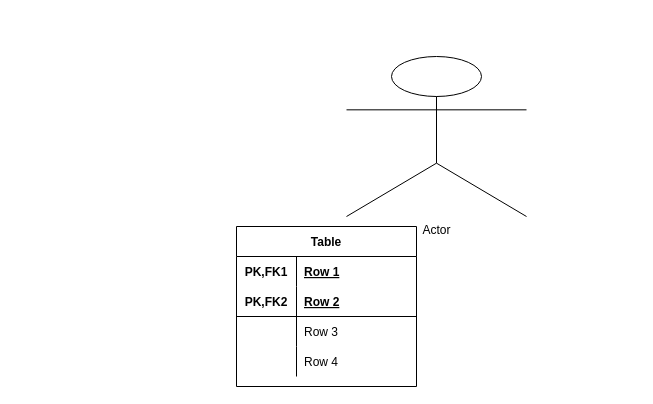
The draw.io diagram Untitled Diagram.drawio in University-Hub/Entity-Relationship-Model, before the edit. Source tidied: cells renumbered, new cells numbered last; positions are measured from the earlier drawing's top-left corner, leaving out a move shared by most shapes. Both pictures are drawn from the tidied source at 100%, with x=0, y=0 at pixel (236, 56).
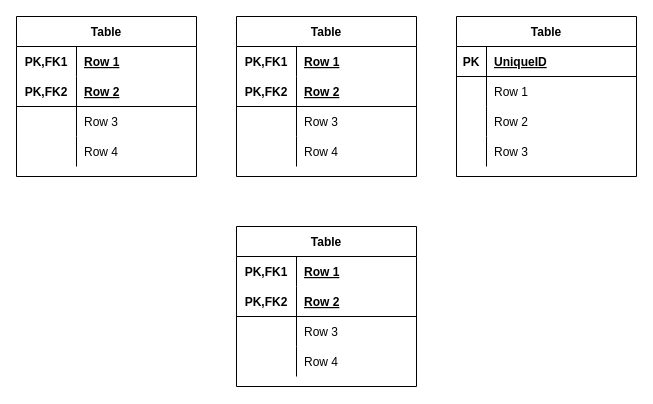
The same page after the edit.

Diff of the diagram source:
```diff
@@
+    <mxCell id="16" value="Table" style="shape=table;startSize=30;childLayout=tableLayout;rowLines=0;fontStyle=1;align=center;" parent="1" vertex="1">
+      <mxGeometry y="-40" width="180" height="160" as="geometry" />
+    </mxCell>
+    <mxCell id="17" style="shape=partialRectangle;fillColor=none;top=0;left=0;bottom=0;right=0;" parent="16" vertex="1">
+      <mxGeometry y="30" width="180" height="30" as="geometry" />
+    </mxCell>
+    <mxCell id="18" value="PK,FK1" style="shape=partialRectangle;fillColor=none;top=0;left=0;bottom=0;right=0;fontStyle=1;overflow=hidden;" parent="17" vertex="1">
+      <mxGeometry width="60" height="30" as="geometry" />
+    </mxCell>
+    <mxCell id="19" value="Row 1" style="shape=partialRectangle;fillColor=none;top=0;left=0;bottom=0;right=0;align=left;spacingLeft=6;fontStyle=5;overflow=hidden;" parent="17" vertex="1">
+      <mxGeometry x="60" width="120" height="30" as="geometry" />
+    </mxCell>
+    <mxCell id="20" style="shape=partialRectangle;fillColor=none;top=0;left=0;bottom=1;right=0;" parent="16" vertex="1">
+      <mxGeometry y="60" width="180" height="30" as="geometry" />
+    </mxCell>
+    <mxCell id="21" value="PK,FK2" style="shape=partialRectangle;fillColor=none;top=0;left=0;bottom=0;right=0;fontStyle=1;overflow=hidden;" parent="20" vertex="1">
+      <mxGeometry width="60" height="30" as="geometry" />
+    </mxCell>
+    <mxCell id="22" value="Row 2" style="shape=partialRectangle;fillColor=none;top=0;left=0;bottom=0;right=0;align=left;spacingLeft=6;fontStyle=5;overflow=hidden;" parent="20" vertex="1">
+      <mxGeometry x="60" width="120" height="30" as="geometry" />
+    </mxCell>
+    <mxCell id="23" style="shape=partialRectangle;fillColor=none;top=0;left=0;bottom=0;right=0;" parent="16" vertex="1">
+      <mxGeometry y="90" width="180" height="30" as="geometry" />
+    </mxCell>
+    <mxCell id="24" style="shape=partialRectangle;fillColor=none;top=0;left=0;bottom=0;right=0;overflow=hidden;" parent="23" vertex="1">
+      <mxGeometry width="60" height="30" as="geometry" />
+    </mxCell>
+    <mxCell id="25" value="Row 3" style="shape=partialRectangle;fillColor=none;top=0;left=0;bottom=0;right=0;align=left;spacingLeft=6;overflow=hidden;" parent="23" vertex="1">
+      <mxGeometry x="60" width="120" height="30" as="geometry" />
+    </mxCell>
+    <mxCell id="26" style="shape=partialRectangle;fillColor=none;top=0;left=0;bottom=0;right=0;" parent="16" vertex="1">
+      <mxGeometry y="120" width="180" height="30" as="geometry" />
+    </mxCell>
+    <mxCell id="27" style="shape=partialRectangle;fillColor=none;top=0;left=0;bottom=0;right=0;overflow=hidden;" parent="26" vertex="1">
+      <mxGeometry width="60" height="30" as="geometry" />
+    </mxCell>
+    <mxCell id="28" value="Row 4" style="shape=partialRectangle;fillColor=none;top=0;left=0;bottom=0;right=0;align=left;spacingLeft=6;overflow=hidden;" parent="26" vertex="1">
+      <mxGeometry x="60" width="120" height="30" as="geometry" />
+    </mxCell>
+    <mxCell id="29" value="Table" style="shape=table;startSize=30;childLayout=tableLayout;rowLines=0;fontStyle=1;align=center;" parent="1" vertex="1">
+      <mxGeometry x="220" y="-40" width="180" height="160" as="geometry" />
+    </mxCell>
+    <mxCell id="30" style="shape=partialRectangle;fillColor=none;top=0;left=0;bottom=1;right=0;" parent="29" vertex="1">
+      <mxGeometry y="30" width="180" height="30" as="geometry" />
+    </mxCell>
+    <mxCell id="31" value="PK" style="shape=partialRectangle;fillColor=none;top=0;left=0;bottom=0;right=0;fontStyle=1;overflow=hidden;" parent="30" vertex="1">
+      <mxGeometry width="30" height="30" as="geometry" />
+    </mxCell>
+    <mxCell id="32" value="UniqueID" style="shape=partialRectangle;fillColor=none;top=0;left=0;bottom=0;right=0;align=left;spacingLeft=6;fontStyle=5;overflow=hidden;" parent="30" vertex="1">
+      <mxGeometry x="30" width="150" height="30" as="geometry" />
+    </mxCell>
+    <mxCell id="33" style="shape=partialRectangle;fillColor=none;top=0;left=0;bottom=0;right=0;" parent="29" vertex="1">
+      <mxGeometry y="60" width="180" height="30" as="geometry" />
+    </mxCell>
+    <mxCell id="34" style="shape=partialRectangle;fillColor=none;top=0;left=0;bottom=0;right=0;overflow=hidden;" parent="33" vertex="1">
+      <mxGeometry width="30" height="30" as="geometry" />
+    </mxCell>
+    <mxCell id="35" value="Row 1" style="shape=partialRectangle;fillColor=none;top=0;left=0;bottom=0;right=0;align=left;spacingLeft=6;overflow=hidden;" parent="33" vertex="1">
+      <mxGeometry x="30" width="150" height="30" as="geometry" />
+    </mxCell>
+    <mxCell id="36" style="shape=partialRectangle;fillColor=none;top=0;left=0;bottom=0;right=0;" parent="29" vertex="1">
+      <mxGeometry y="90" width="180" height="30" as="geometry" />
+    </mxCell>
+    <mxCell id="37" style="shape=partialRectangle;fillColor=none;top=0;left=0;bottom=0;right=0;overflow=hidden;" parent="36" vertex="1">
+      <mxGeometry width="30" height="30" as="geometry" />
+    </mxCell>
+    <mxCell id="38" value="Row 2" style="shape=partialRectangle;fillColor=none;top=0;left=0;bottom=0;right=0;align=left;spacingLeft=6;overflow=hidden;" parent="36" vertex="1">
+      <mxGeometry x="30" width="150" height="30" as="geometry" />
+    </mxCell>
+    <mxCell id="39" style="shape=partialRectangle;fillColor=none;top=0;left=0;bottom=0;right=0;" parent="29" vertex="1">
+      <mxGeometry y="120" width="180" height="30" as="geometry" />
+    </mxCell>
+    <mxCell id="40" style="shape=partialRectangle;fillColor=none;top=0;left=0;bottom=0;right=0;overflow=hidden;" parent="39" vertex="1">
+      <mxGeometry width="30" height="30" as="geometry" />
+    </mxCell>
+    <mxCell id="41" value="Row 3" style="shape=partialRectangle;fillColor=none;top=0;left=0;bottom=0;right=0;align=left;spacingLeft=6;overflow=hidden;" parent="39" vertex="1">
+      <mxGeometry x="30" width="150" height="30" as="geometry" />
+    </mxCell>
+    <mxCell id="42" value="Table" style="shape=table;startSize=30;childLayout=tableLayout;rowLines=0;fontStyle=1;align=center;" parent="1" vertex="1">
+      <mxGeometry x="-220" y="-40" width="180" height="160" as="geometry" />
+    </mxCell>
+    <mxCell id="43" style="shape=partialRectangle;fillColor=none;top=0;left=0;bottom=0;right=0;" parent="42" vertex="1">
+      <mxGeometry y="30" width="180" height="30" as="geometry" />
+    </mxCell>
+    <mxCell id="44" value="PK,FK1" style="shape=partialRectangle;fillColor=none;top=0;left=0;bottom=0;right=0;fontStyle=1;overflow=hidden;" parent="43" vertex="1">
+      <mxGeometry width="60" height="30" as="geometry" />
+    </mxCell>
+    <mxCell id="45" value="Row 1" style="shape=partialRectangle;fillColor=none;top=0;left=0;bottom=0;right=0;align=left;spacingLeft=6;fontStyle=5;overflow=hidden;" parent="43" vertex="1">
+      <mxGeometry x="60" width="120" height="30" as="geometry" />
+    </mxCell>
+    <mxCell id="46" style="shape=partialRectangle;fillColor=none;top=0;left=0;bottom=1;right=0;" parent="42" vertex="1">
+      <mxGeometry y="60" width="180" height="30" as="geometry" />
+    </mxCell>
+    <mxCell id="47" value="PK,FK2" style="shape=partialRectangle;fillColor=none;top=0;left=0;bottom=0;right=0;fontStyle=1;overflow=hidden;" parent="46" vertex="1">
+      <mxGeometry width="60" height="30" as="geometry" />
+    </mxCell>
+    <mxCell id="48" value="Row 2" style="shape=partialRectangle;fillColor=none;top=0;left=0;bottom=0;right=0;align=left;spacingLeft=6;fontStyle=5;overflow=hidden;" parent="46" vertex="1">
+      <mxGeometry x="60" width="120" height="30" as="geometry" />
+    </mxCell>
+    <mxCell id="49" style="shape=partialRectangle;fillColor=none;top=0;left=0;bottom=0;right=0;" parent="42" vertex="1">
+      <mxGeometry y="90" width="180" height="30" as="geometry" />
+    </mxCell>
+    <mxCell id="50" style="shape=partialRectangle;fillColor=none;top=0;left=0;bottom=0;right=0;overflow=hidden;" parent="49" vertex="1">
+      <mxGeometry width="60" height="30" as="geometry" />
+    </mxCell>
+    <mxCell id="51" value="Row 3" style="shape=partialRectangle;fillColor=none;top=0;left=0;bottom=0;right=0;align=left;spacingLeft=6;overflow=hidden;" parent="49" vertex="1">
+      <mxGeometry x="60" width="120" height="30" as="geometry" />
+    </mxCell>
+    <mxCell id="52" style="shape=partialRectangle;fillColor=none;top=0;left=0;bottom=0;right=0;" parent="42" vertex="1">
+      <mxGeometry y="120" width="180" height="30" as="geometry" />
+    </mxCell>
+    <mxCell id="53" style="shape=partialRectangle;fillColor=none;top=0;left=0;bottom=0;right=0;overflow=hidden;" parent="52" vertex="1">
+      <mxGeometry width="60" height="30" as="geometry" />
+    </mxCell>
+    <mxCell id="54" value="Row 4" style="shape=partialRectangle;fillColor=none;top=0;left=0;bottom=0;right=0;align=left;spacingLeft=6;overflow=hidden;" parent="52" vertex="1">
+      <mxGeometry x="60" width="120" height="30" as="geometry" />
+    </mxCell>
@@
-    <mxCell id="15" value="Actor" style="shape=umlActor;verticalLabelPosition=bottom;verticalAlign=top;html=1;" parent="1" vertex="1">
-      <mxGeometry x="110" width="180" height="160" as="geometry" />
-    </mxCell>
```
